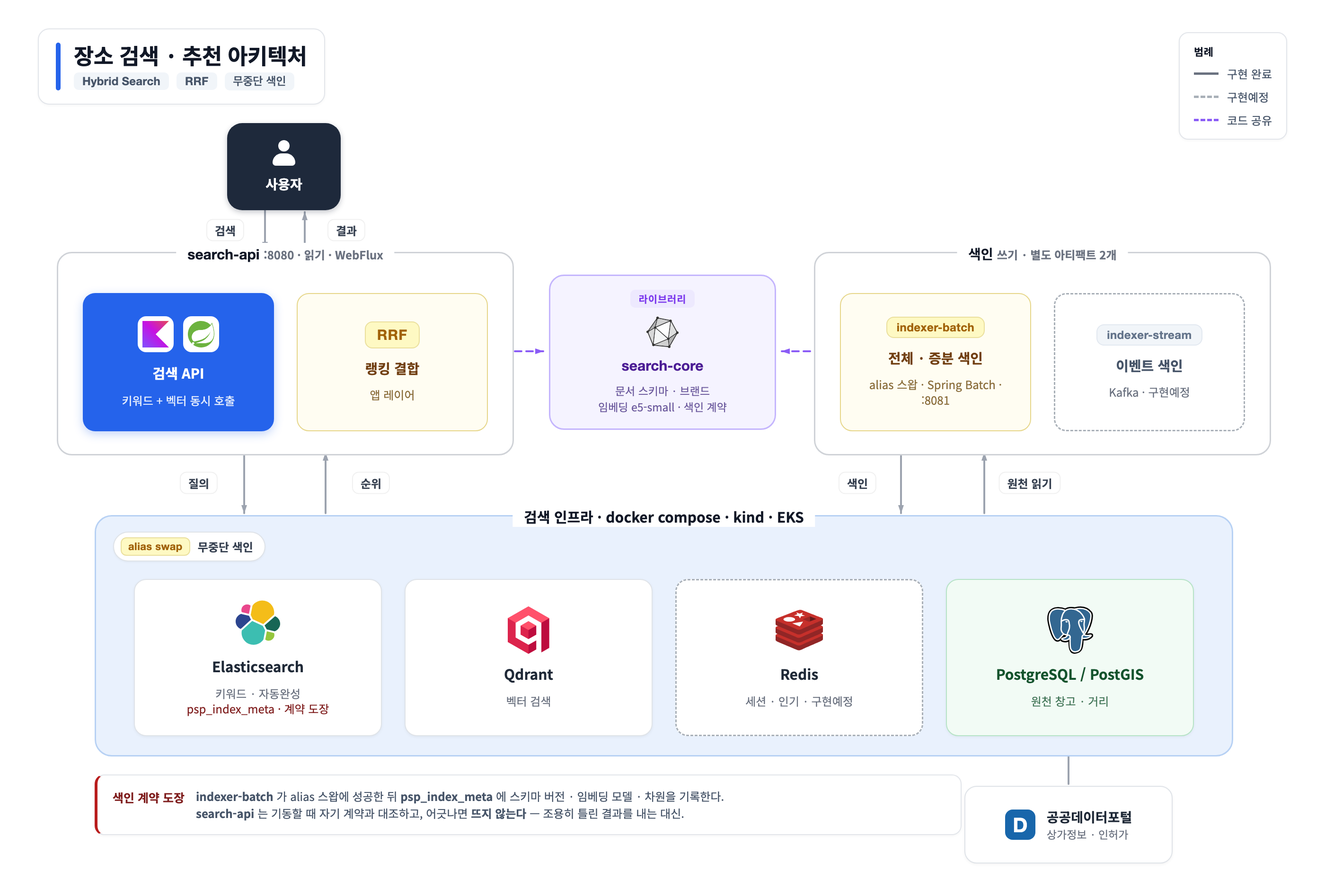
Above: docs/diagrams/architecture.png in YubinShin/nearby (Mermaid), before the change. Its source is kept beside it as docs/diagrams/architecture.mmd.
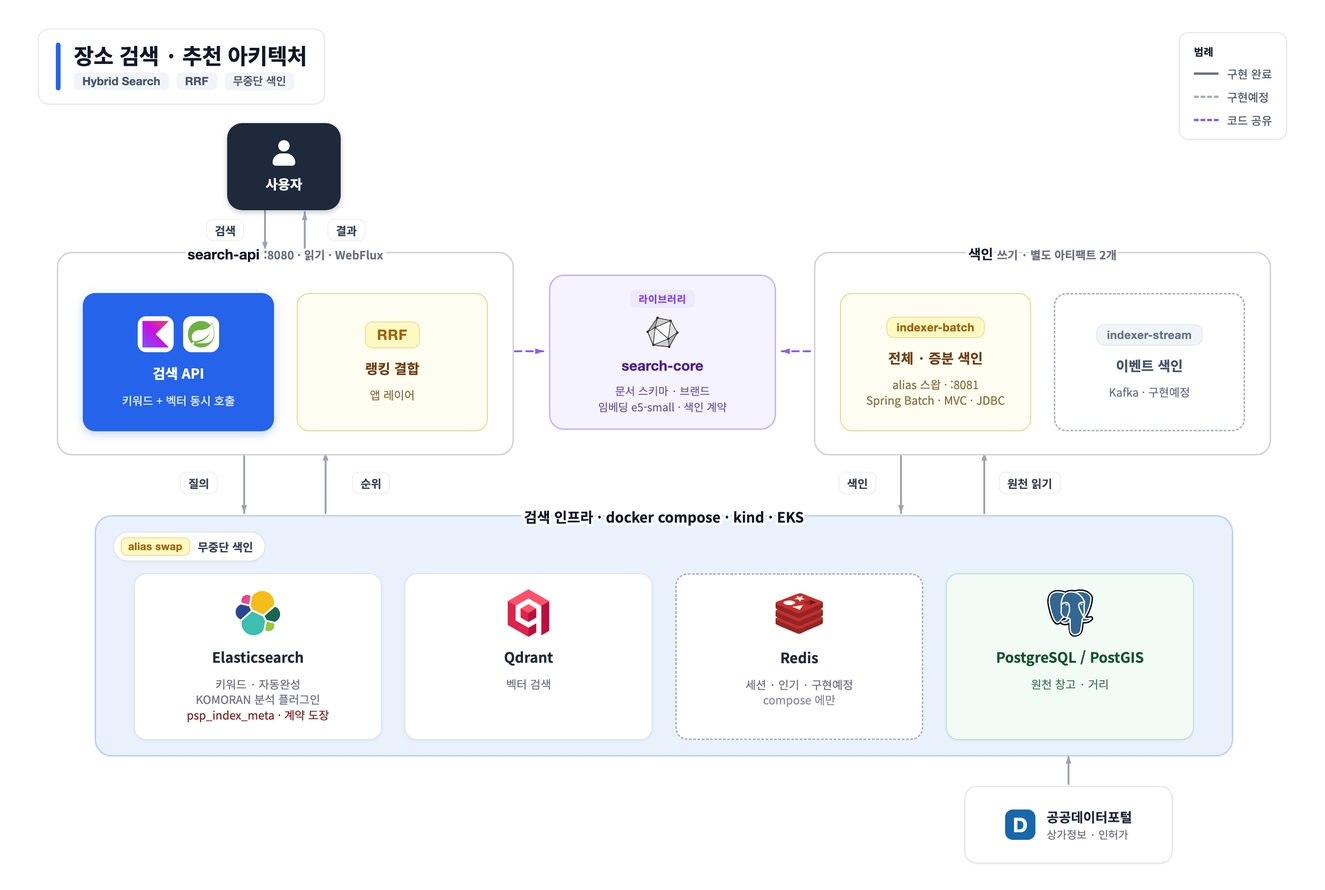
Later version of the same file.

Commit message:
docs(diagram): 아키텍처 뷰 3건 명시

What changed in the source:
```diff
@@ -10,7 +10,7 @@
 
     CORE["<b>search-core</b> · 라이브러리<br/>문서 스키마 · 브랜드 규칙<br/>임베딩 e5-small · 색인 계약"]:::core
 
-    subgraph WRITE["indexer-batch :8081 · 쓰기 · Spring Batch + JDBC"]
+    subgraph WRITE["indexer-batch :8081 · 쓰기 · Spring Batch + Web MVC + JDBC"]
         direction LR
         BATCH["전체 · 증분 색인<br/>alias 스왑 · reconcile"]:::logic
         STAMP["색인 계약 도장 기록<br/>스왑 성공 후"]:::logic
@@ -20,9 +20,9 @@
 
     subgraph ENGINES["검색 인프라 · docker compose · kind · EKS &lpar;alias swap 무중단 색인&rpar;"]
         direction LR
-        ES[("Elasticsearch<br/>키워드 · 자동완성<br/>psp_index_meta")]:::engine
+        ES[("Elasticsearch<br/>키워드 · 자동완성<br/>KOMORAN 분석 플러그인<br/>psp_index_meta")]:::engine
         QD[("Qdrant<br/>벡터 검색")]:::engine
-        RD[("Redis<br/>세션 · 인기 · 구현예정")]:::planned
+        RD[("Redis<br/>세션 · 인기 · 구현예정<br/>compose 에만")]:::planned
         PG[("PostgreSQL / PostGIS<br/>원천 창고 · 거리")]:::store
     end
 
```
